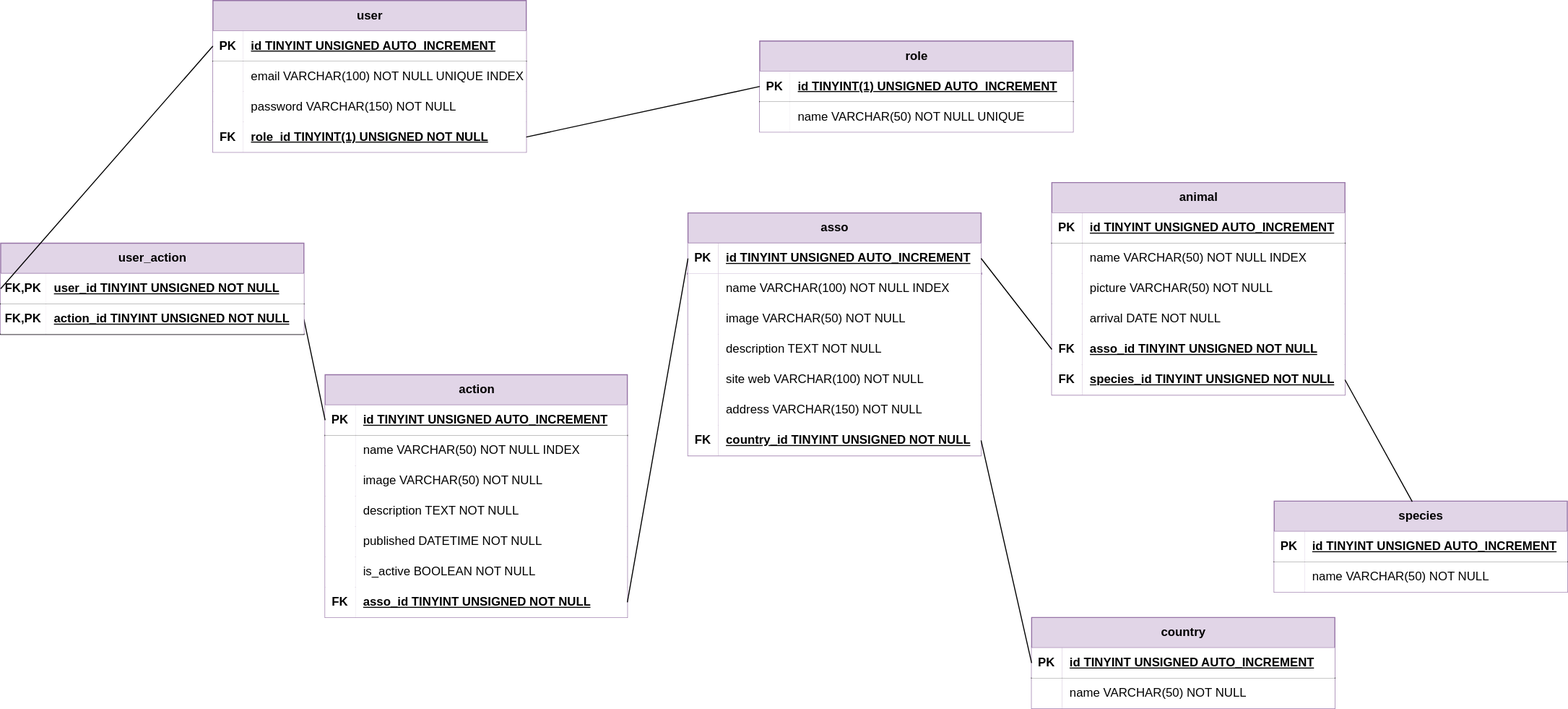
Earlier version of the draw.io export code/merise/MPD.drawio.svg (manonjarzabeck/compawny). Source tidied: cells renumbered, new cells last; positions are measured from the earlier drawing's top-left corner, leaving out a move shared by most shapes.
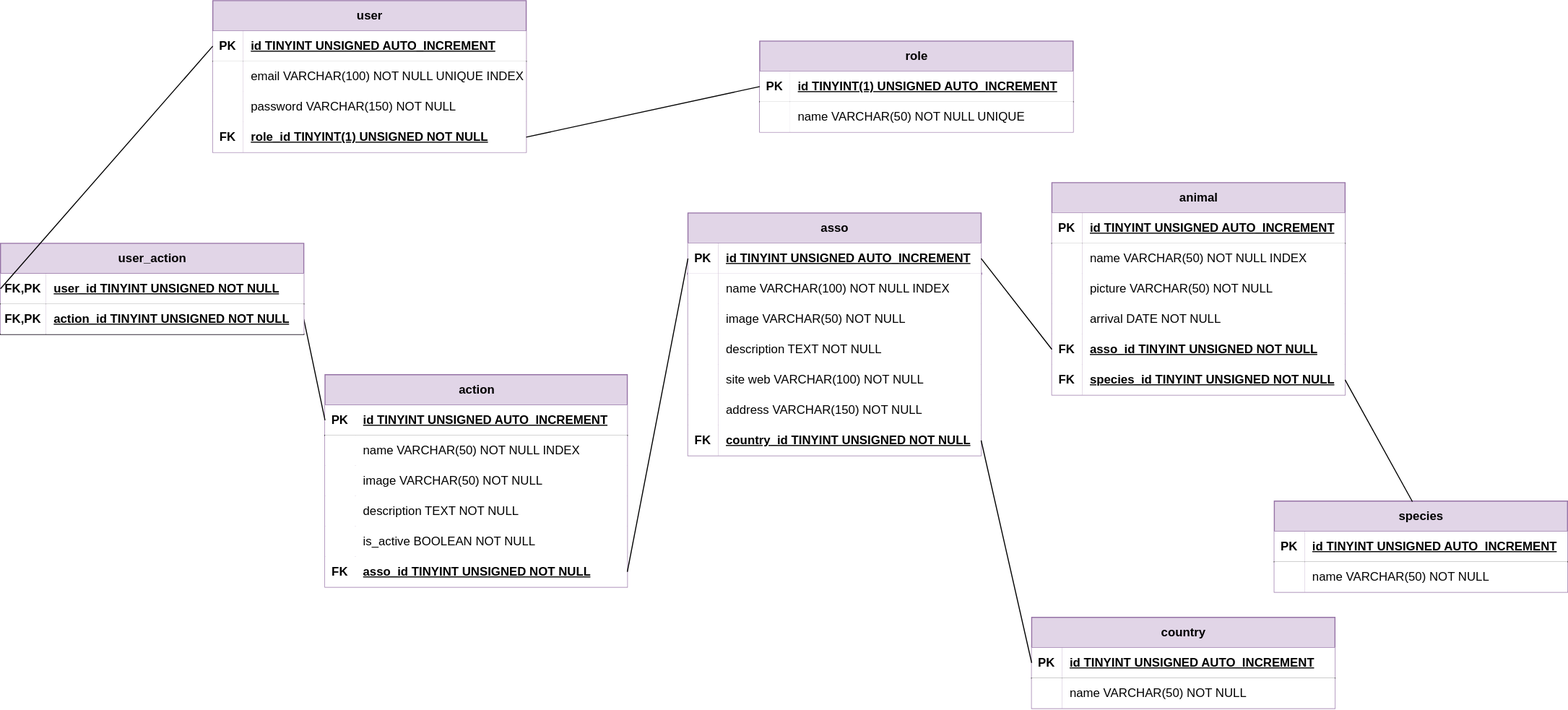
After the commit.

The edit, as a diff of the source:
```diff
@@ -63,7 +63,7 @@
       <mxGeometry x="30" width="280" height="30" as="geometry" />
     </mxCell>
     <mxCell id="22" value="action" style="shape=table;startSize=30;rowLines=0;fontStyle=1;align=center;html=1;fillColor=#e1d5e7;strokeColor=#9673a6;" parent="1" vertex="1">
-      <mxGeometry x="321" y="370" width="299" height="240" as="geometry" />
+      <mxGeometry x="321" y="370" width="299" height="210" as="geometry" />
     </mxCell>
     <mxCell id="23" style="shape=tableRow;horizontal=0;startSize=0;swimlaneHead=0;swimlaneBody=0;fillColor=none;points=[[0,0.5],[1,0.5]];portConstraint=eastwest;top=0;left=0;right=0;bottom=1;" parent="22" vertex="1">
       <mxGeometry y="30" width="299" height="30" as="geometry" />
@@ -101,17 +101,8 @@
     <mxCell id="34" value="description TEXT NOT NULL" style="shape=partialRectangle;top=0;left=0;bottom=0;right=0;align=left;spacingLeft=6;overflow=hidden;whiteSpace=wrap;html=1;" parent="32" vertex="1">
       <mxGeometry x="30" width="269" height="30" as="geometry" />
     </mxCell>
-    <mxCell id="35" style="shape=tableRow;horizontal=0;startSize=0;swimlaneHead=0;swimlaneBody=0;fillColor=none;top=0;left=0;right=0;bottom=0;strokeWidth=2;strokeColor=default;" parent="22" vertex="1">
-      <mxGeometry y="150" width="299" height="30" as="geometry" />
-    </mxCell>
-    <mxCell id="36" style="shape=partialRectangle;top=0;left=0;bottom=0;right=0;overflow=hidden;whiteSpace=wrap;html=1;" parent="35" vertex="1">
-      <mxGeometry width="30" height="30" as="geometry" />
-    </mxCell>
-    <mxCell id="37" value="published DATETIME NOT NULL" style="shape=partialRectangle;top=0;left=0;bottom=0;right=0;align=left;spacingLeft=6;overflow=hidden;whiteSpace=wrap;html=1;" parent="35" vertex="1">
-      <mxGeometry x="30" width="269" height="30" as="geometry" />
-    </mxCell>
     <mxCell id="38" style="shape=tableRow;horizontal=0;startSize=0;swimlaneHead=0;swimlaneBody=0;fillColor=none;top=0;left=0;right=0;bottom=0;strokeWidth=2;strokeColor=default;" parent="22" vertex="1">
-      <mxGeometry y="180" width="299" height="30" as="geometry" />
+      <mxGeometry y="150" width="299" height="30" as="geometry" />
     </mxCell>
     <mxCell id="39" style="shape=partialRectangle;top=0;left=0;bottom=0;right=0;overflow=hidden;whiteSpace=wrap;html=1;" parent="38" vertex="1">
       <mxGeometry width="30" height="30" as="geometry" />
@@ -120,7 +111,7 @@
       <mxGeometry x="30" width="269" height="30" as="geometry" />
     </mxCell>
     <mxCell id="41" style="shape=tableRow;horizontal=0;startSize=0;swimlaneHead=0;swimlaneBody=0;fillColor=none;points=[[0,0.5],[1,0.5]];portConstraint=eastwest;top=0;left=0;right=0;bottom=0;strokeWidth=2;strokeColor=default;" parent="22" vertex="1">
-      <mxGeometry y="210" width="299" height="30" as="geometry" />
+      <mxGeometry y="180" width="299" height="30" as="geometry" />
     </mxCell>
     <mxCell id="42" value="&lt;b&gt;&lt;font style=&quot;color: rgb(0, 0, 0);&quot;&gt;FK&lt;/font&gt;&lt;/b&gt;" style="shape=partialRectangle;top=0;left=0;bottom=0;right=0;overflow=hidden;whiteSpace=wrap;html=1;" parent="41" vertex="1">
       <mxGeometry width="30" height="30" as="geometry" />
```
